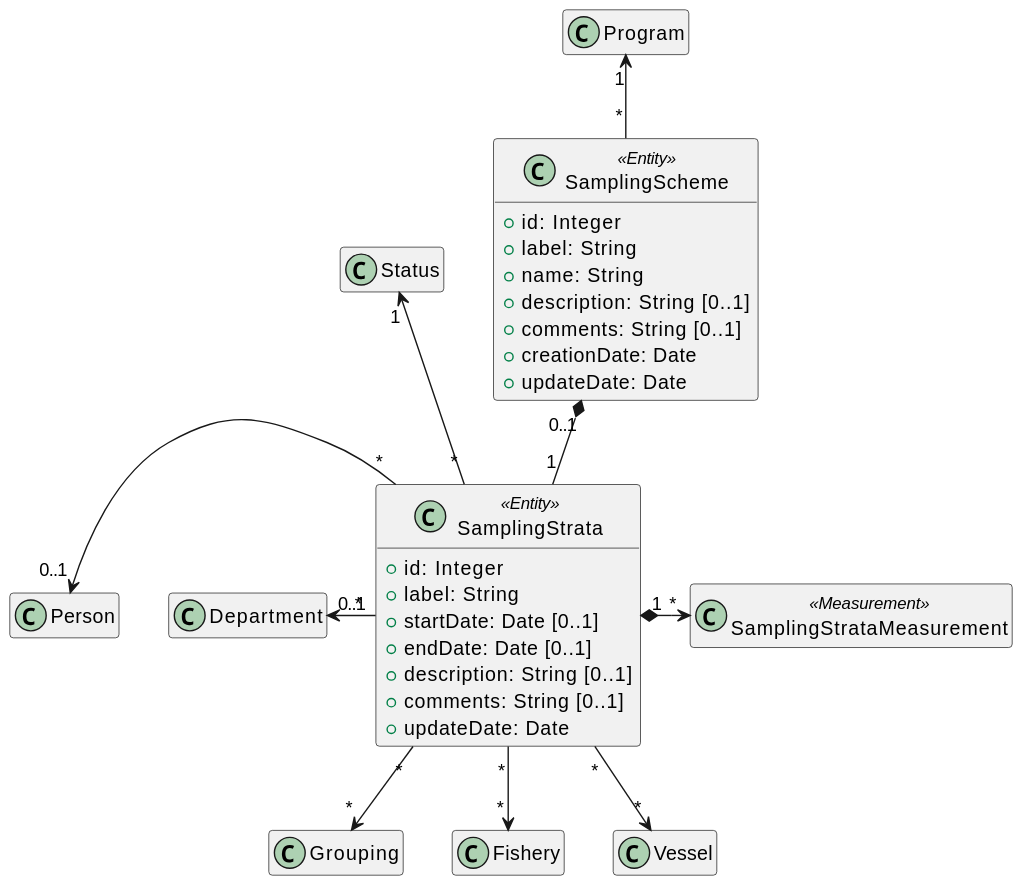
sumaris-net/sumaris-doc keeps this PlantUML diagram as model/administration/samplingScheme/sampling-scheme.svg. Above is the earlier version. Its source is kept beside it as model/administration/samplingScheme/sampling-scheme.puml.
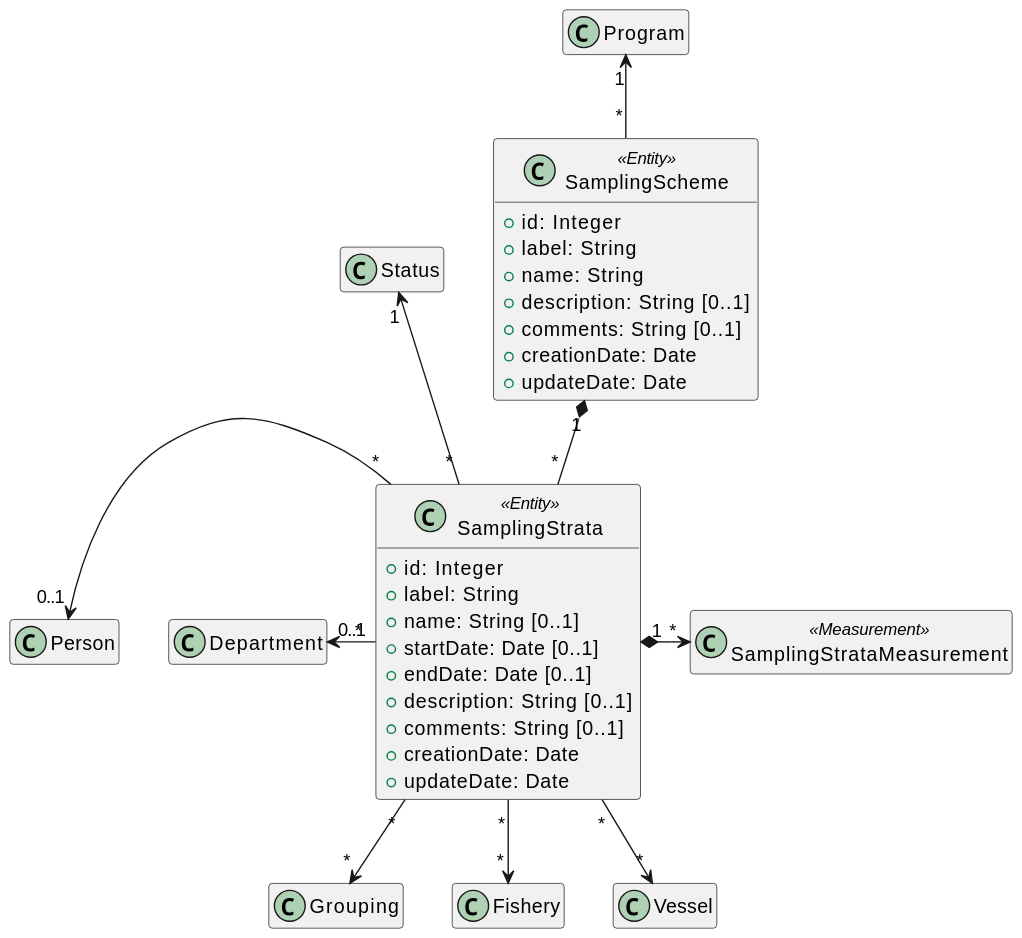
Later version of the same file.

Commit message:
[fix] Model: Fix cardinality between SamplingScheme and SamplingStrata

Change to the diagram source:
```diff
@@ -16,10 +16,12 @@
 class SamplingStrata <<Entity>>{
   +id: Integer
   +label: String
+  +name: String [0..1]
   +startDate: Date [0..1]
   +endDate: Date [0..1]
   +description: String [0..1]
   +comments: String [0..1]
+  +creationDate: Date
   +updateDate: Date
 }
 
@@ -27,7 +29,7 @@
 
 }
 
-SamplingScheme "0..1" *-down- "1" SamplingStrata
+SamplingScheme "1" *-down- "*" SamplingStrata
 SamplingStrata "*" -up-> "1" Status
 SamplingStrata "*" -left-> "0..1" Department
 SamplingStrata "*" -left-> "0..1" Person
```
